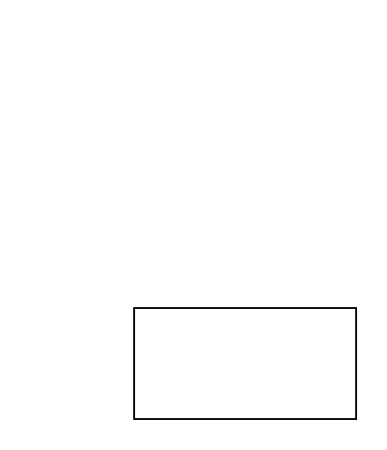
Above: docs/diagrams/sequence_diagram.drawio in fouzo53/software-engineering-project (draw.io), before the change. Source tidied: cells renumbered, new cells numbered last; positions are measured from the earlier drawing's top-left corner, leaving out a move shared by most shapes. Both pictures are drawn from the tidied source at 185%, with x=0, y=0 at pixel (133, 307).
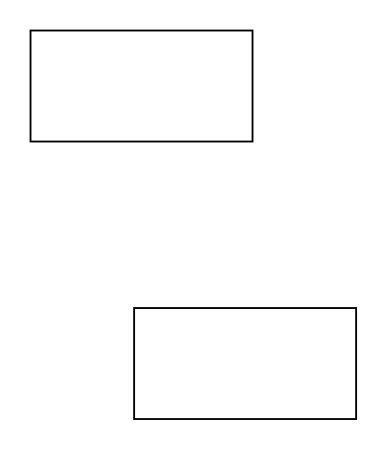
The same diagram, later.

Commit message (it also covers changes not shown here):
Cập nhật sequence_diagram.drawio

The edit, as a diff of the source:
```diff
@@
 <mxGraphModel>
   <root>
     <mxCell id="0" />
     <mxCell id="1" parent="0" />
     <mxCell id="2" style="rounded=0;whiteSpace=wrap;html=1;" parent="1" vertex="1">
       <mxGeometry width="120" height="60" as="geometry" />
     </mxCell>
+    <mxCell id="3" style="rounded=0;whiteSpace=wrap;html=1;" parent="1" vertex="1">
+      <mxGeometry x="-56" y="-150" width="120" height="60" as="geometry" />
+    </mxCell>
   </root>
 </mxGraphModel>
```
